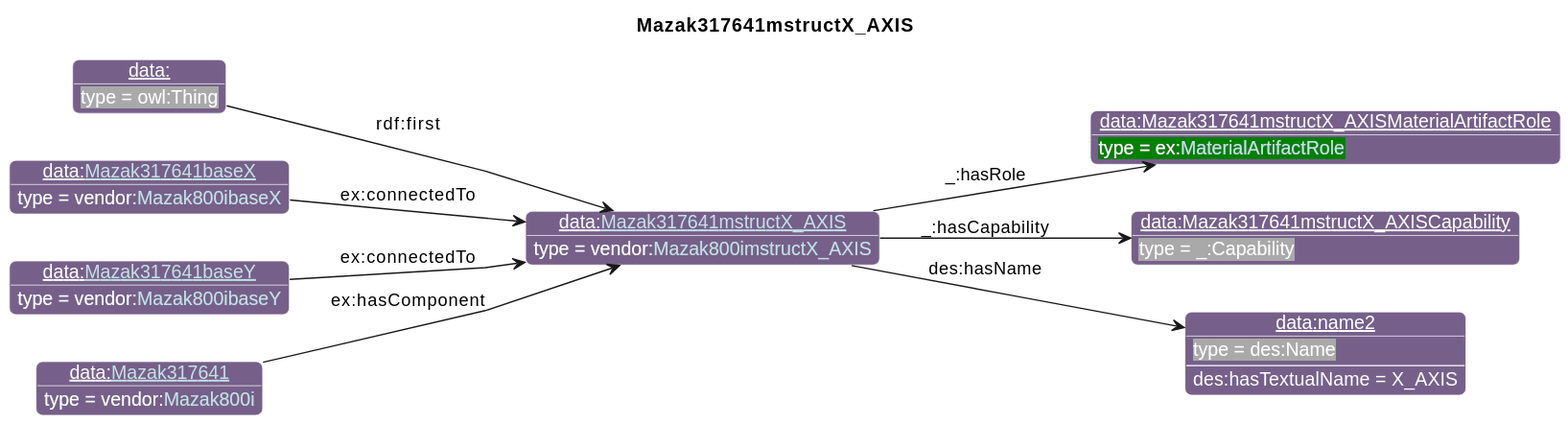
iofoundry/example-syseng-mtconnect keeps this PlantUML diagram as diagrams/Mazak317641mstructX_AXIS.svg. Above is the earlier version.
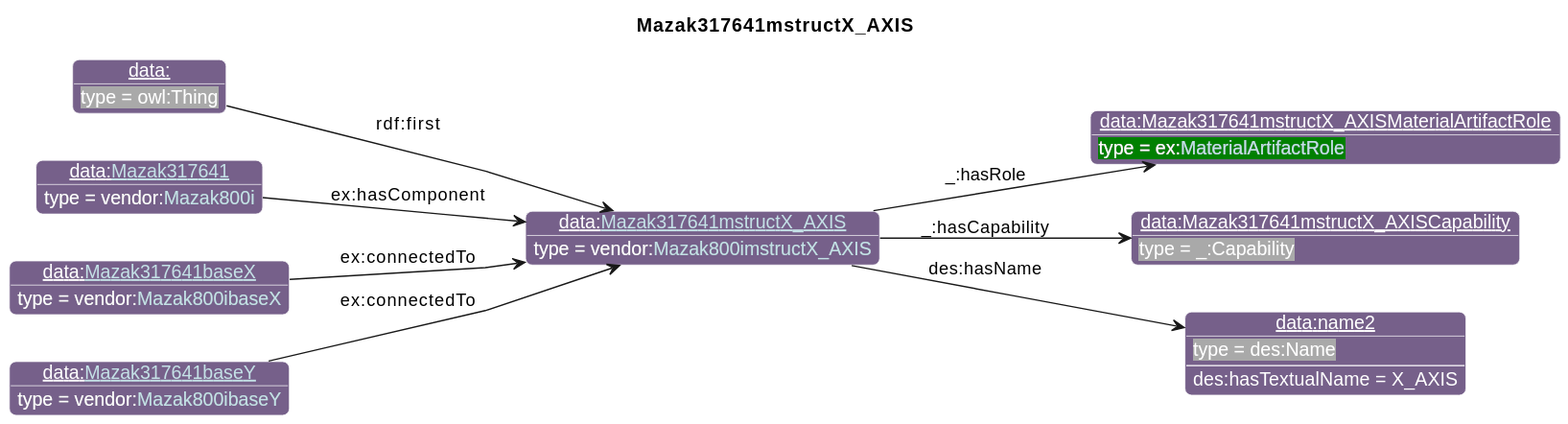
After the commit.

The edit, as a diff of the source:
```diff
@@ -30,15 +30,15 @@
 individual(o2, data:Mazak317641mstructX_AXISCapability, _:Capability)
 individual(o3, data:name2, des:Name)
 individual(o4, data:, owl:Thing)
-individual(o5, data:[[./Mazak317641baseX.html Mazak317641baseX]], vendor:[[../Mazak.html#Mazak800ibaseX Mazak800ibaseX]])
-individual(o6, data:[[./Mazak317641baseY.html Mazak317641baseY]], vendor:[[../Mazak.html#Mazak800ibaseY Mazak800ibaseY]])
-individual(o7, data:[[./Mazak317641.html Mazak317641]], vendor:[[../Mazak.html#Mazak800i Mazak800i]])
+individual(o5, data:[[./Mazak317641.html Mazak317641]], vendor:[[../Mazak.html#Mazak800i Mazak800i]])
+individual(o6, data:[[./Mazak317641baseX.html Mazak317641baseX]], vendor:[[../Mazak.html#Mazak800ibaseX Mazak800ibaseX]])
+individual(o7, data:[[./Mazak317641baseY.html Mazak317641baseY]], vendor:[[../Mazak.html#Mazak800ibaseY Mazak800ibaseY]])
 property(o0, "_:hasRole", o1)
 property(o0, "_:hasCapability", o2)
 property(o0, "des:hasName", o3)
 data(o3, "des:hasTextualName", "X_AXIS")
 property(o4, "rdf:first", o0)
-property(o5, "ex:connectedTo", o0)
+property(o5, "ex:hasComponent", o0)
 property(o6, "ex:connectedTo", o0)
-property(o7, "ex:hasComponent", o0)
+property(o7, "ex:connectedTo", o0)
 @enduml
```
